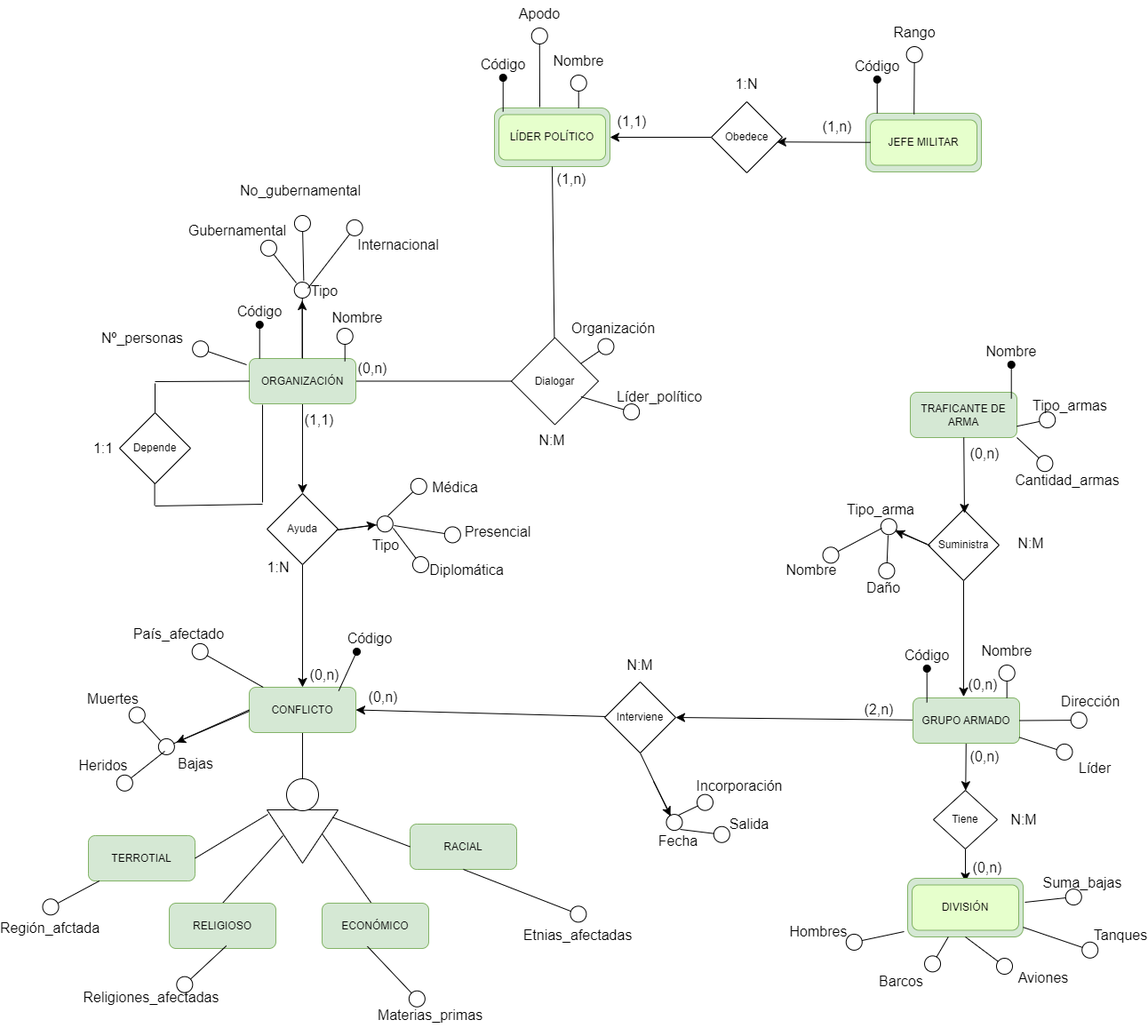
Samue45/1-DAM keeps this draw.io diagram as Data Base/Exercise4.drawio.png. Above is the earlier version. Source tidied: cells renumbered, new cells last; positions are measured from the earlier drawing's top-left corner, leaving out a move shared by most shapes.
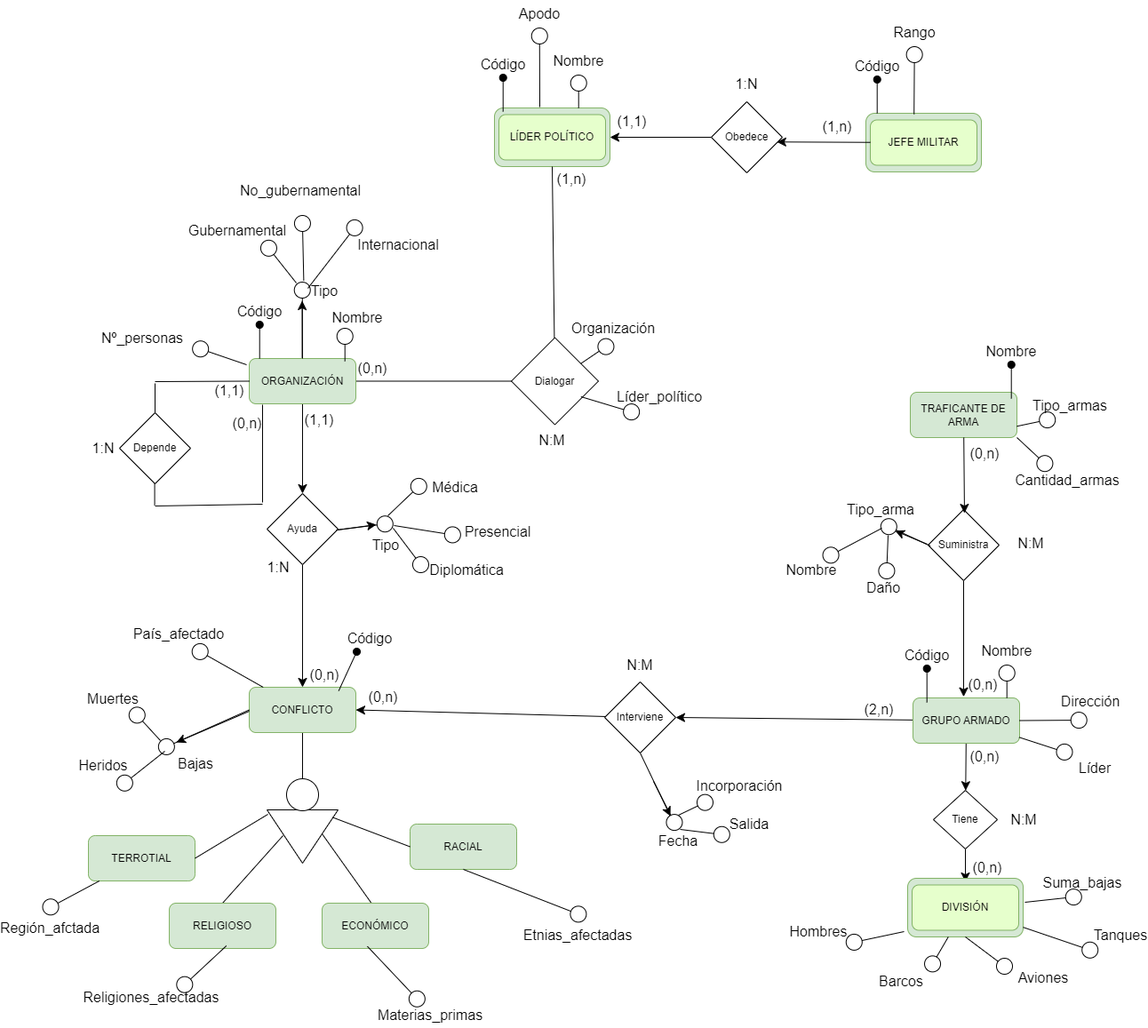
Above is the later version.

Diff of the diagram source:
```diff
@@ -631,7 +631,7 @@
         <mxPoint x="269" y="455" as="targetPoint" />
       </mxGeometry>
     </mxCell>
-    <mxCell id="160" value="1:1" style="text;html=1;align=center;verticalAlign=middle;whiteSpace=wrap;rounded=0;fontSize=16;" parent="1" vertex="1">
+    <mxCell id="160" value="1:N" style="text;html=1;align=center;verticalAlign=middle;whiteSpace=wrap;rounded=0;fontSize=16;" parent="1" vertex="1">
       <mxGeometry x="60" y="489" width="60" height="30" as="geometry" />
     </mxCell>
     <mxCell id="161" value="N:M" style="text;html=1;align=center;verticalAlign=middle;whiteSpace=wrap;rounded=0;fontSize=16;" parent="1" vertex="1">
@@ -643,5 +643,11 @@
     <mxCell id="163" value="(0,n)" style="text;html=1;align=center;verticalAlign=middle;whiteSpace=wrap;rounded=0;fontSize=16;" parent="1" vertex="1">
       <mxGeometry x="1055" y="961" width="60" height="30" as="geometry" />
     </mxCell>
+    <mxCell id="164" value="(1,1)" style="text;html=1;align=center;verticalAlign=middle;whiteSpace=wrap;rounded=0;fontSize=16;" parent="1" vertex="1">
+      <mxGeometry x="202" y="424" width="60" height="30" as="geometry" />
+    </mxCell>
+    <mxCell id="165" value="(0,n)" style="text;html=1;align=center;verticalAlign=middle;whiteSpace=wrap;rounded=0;fontSize=16;" parent="1" vertex="1">
+      <mxGeometry x="222" y="461" width="60" height="30" as="geometry" />
+    </mxCell>
   </root>
 </mxGraphModel>
```
